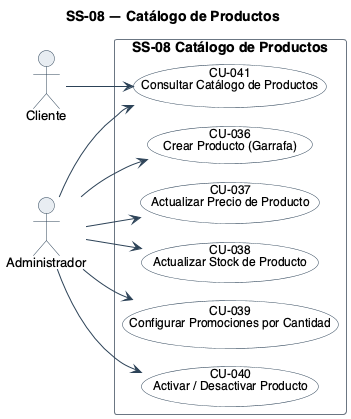
The PlantUML diagram diagramas/uml/CU_SS-08_Gestion-De-Productos.png in Nahuelito-Dev/splg-docs, before a commit.
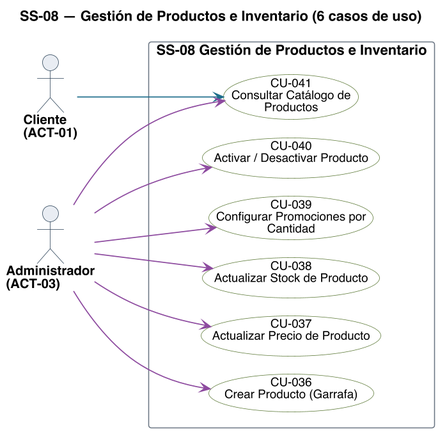
Later version of the same file.

Change to the diagram source:
```diff
@@ -1,22 +1,23 @@
 @startuml
-!pragma layout smetana
-title SS-08 — Catálogo de Productos
+title SS-08 — Gestión de Productos e Inventario (6 casos de uso)
 left to right direction
 skinparam backgroundColor #FFFFFF
 skinparam shadowing false
 skinparam defaultFontName Helvetica
 skinparam defaultFontSize 13
+skinparam dpi 150
 skinparam ArrowColor #2C4257
+skinparam ArrowThickness 1.1
 skinparam actor {
   BorderColor #2C4257
   BackgroundColor #E8EDF2
+  FontSize 13
+  FontStyle bold
 }
 skinparam usecase {
   BorderColor #2C4257
   BackgroundColor #FFFFFF
   FontSize 12
-  BorderColor<<pendiente>> #9C4436
-  BackgroundColor<<pendiente>> #F6E4E1
 }
 skinparam rectangle {
   BorderColor #6B7683
@@ -24,23 +25,31 @@
   FontStyle bold
 }
 
-actor "Cliente" as A1
-actor "Administrador" as A3
-
-rectangle "SS-08 Catálogo de Productos" {
-  usecase "CU-036\nCrear Producto (Garrafa)" as U36
-  usecase "CU-037\nActualizar Precio de Producto" as U37
-  usecase "CU-038\nActualizar Stock de Producto" as U38
-  usecase "CU-039\nConfigurar Promociones por Cantidad" as U39
-  usecase "CU-040\nActivar / Desactivar Producto" as U40
-  usecase "CU-041\nConsultar Catálogo de Productos" as U41
+skinparam nodesep 18
+skinparam ranksep 70
+skinparam usecase {
+  BorderColor<<pendiente>> #9C4436
+  BackgroundColor<<pendiente>> #F6E4E1
 }
 
-A3 --> U36
-A3 --> U37
-A3 --> U38
-A3 --> U39
-A3 --> U40
-A1 --> U41
-A3 --> U41
+actor "Cliente\n(ACT-01)" as A01
+actor "Administrador\n(ACT-03)" as A03
+
+rectangle "SS-08 Gestión de Productos e Inventario" {
+  usecase "CU-036\nCrear Producto (Garrafa)" as U036 #back:FFFFFF;line:5E7A3A
+  usecase "CU-037\nActualizar Precio de Producto" as U037 #back:FFFFFF;line:5E7A3A
+  usecase "CU-038\nActualizar Stock de Producto" as U038 #back:FFFFFF;line:5E7A3A
+  usecase "CU-039\nConfigurar Promociones por\nCantidad" as U039 #back:FFFFFF;line:5E7A3A
+  usecase "CU-040\nActivar / Desactivar Producto" as U040 #back:FFFFFF;line:5E7A3A
+  usecase "CU-041\nConsultar Catálogo de\nProductos" as U041 #back:FFFFFF;line:5E7A3A
+}
+
+A01 -[#1F6F8B]-> U041
+A03 -[#8C4A9E]-> U036
+A03 -[#8C4A9E]-> U037
+A03 -[#8C4A9E]-> U038
+A03 -[#8C4A9E]-> U039
+A03 -[#8C4A9E]-> U040
+A03 -[#8C4A9E]-> U041
+
 @enduml
```
